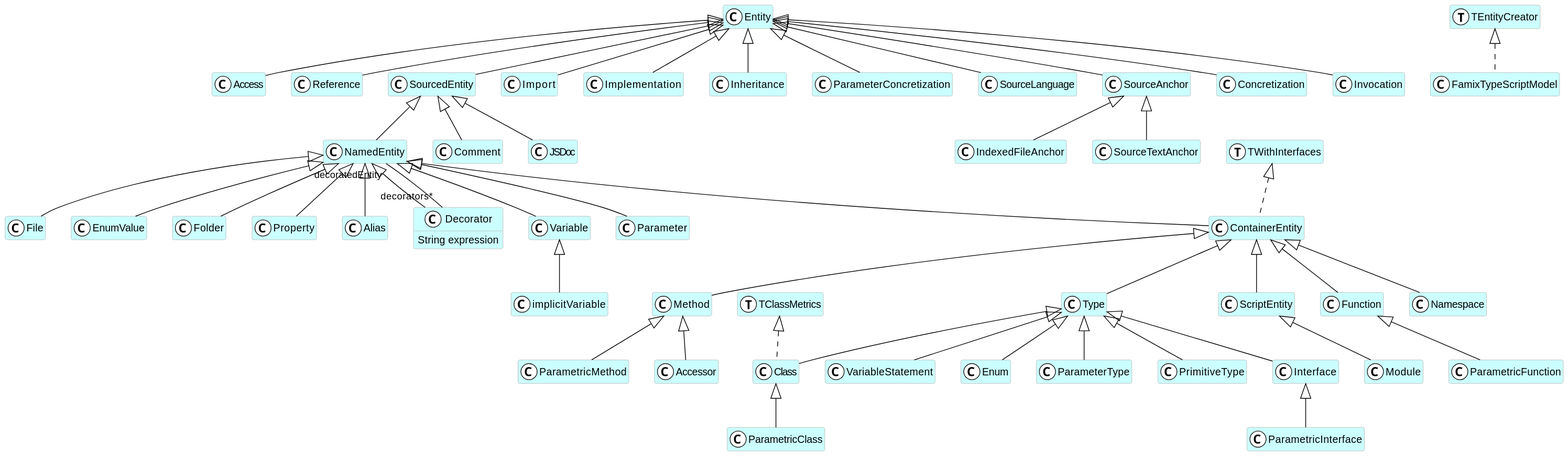
Before: doc-uml/FamixTypeScript.svg, a diagram exported from PlantUML (fuhrmanator/FamixTypeScript).
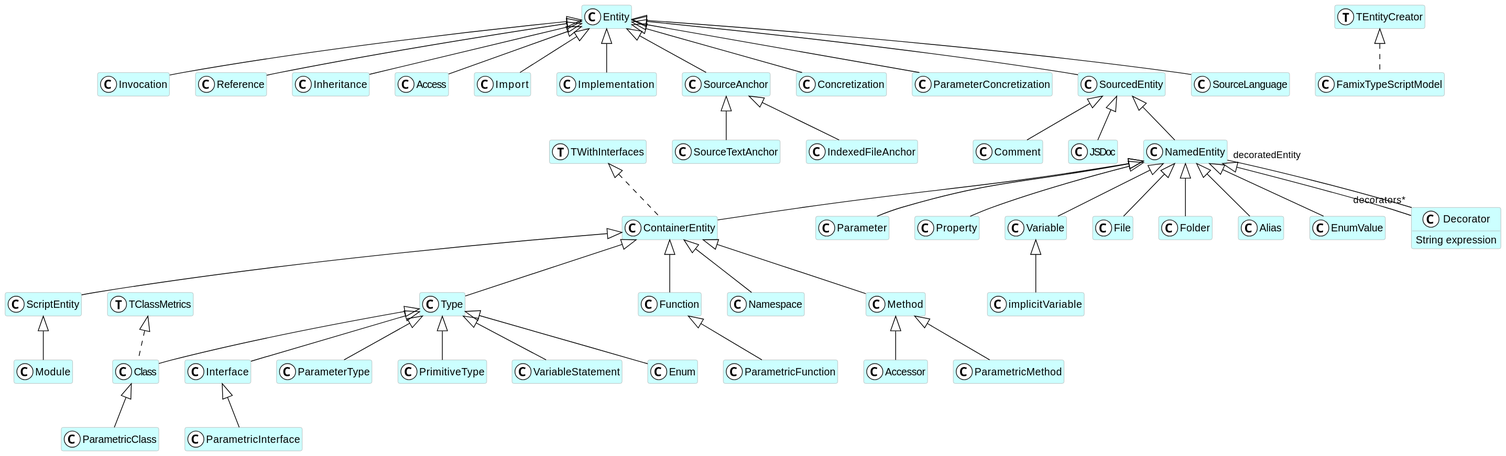
After the change.

Diff of the diagram source:
```diff
@@ -5,148 +5,148 @@
   ArrowColor black
   BorderColor darkGray
 }
-class Function <<(C,white)>> #CCFFFF {
+class implicitVariable <<(C,white)>> #CCFFFF {
+}
+class TWithInterfaces <<(T,white)>> #CCFFFF {
+}
+class Invocation <<(C,white)>> #CCFFFF {
+}
+class Parameter <<(C,white)>> #CCFFFF {
+}
+class Namespace <<(C,white)>> #CCFFFF {
+}
+class FamixTypeScriptModel <<(C,white)>> #CCFFFF {
+}
+class SourceTextAnchor <<(C,white)>> #CCFFFF {
+}
+class Reference <<(C,white)>> #CCFFFF {
+}
+class PrimitiveType <<(C,white)>> #CCFFFF {
+}
+class Comment <<(C,white)>> #CCFFFF {
+}
+class Method <<(C,white)>> #CCFFFF {
+}
+class Decorator <<(C,white)>> #CCFFFF {
+  String expression
+}
+class Module <<(C,white)>> #CCFFFF {
+}
+class Inheritance <<(C,white)>> #CCFFFF {
+}
+class ScriptEntity <<(C,white)>> #CCFFFF {
+}
+class Property <<(C,white)>> #CCFFFF {
+}
+class TClassMetrics <<(T,white)>> #CCFFFF {
+}
+class Access <<(C,white)>> #CCFFFF {
 }
 class TEntityCreator <<(T,white)>> #CCFFFF {
 }
-class File <<(C,white)>> #CCFFFF {
+class VariableStatement <<(C,white)>> #CCFFFF {
+}
+class Accessor <<(C,white)>> #CCFFFF {
+}
+class Variable <<(C,white)>> #CCFFFF {
+}
+class Import <<(C,white)>> #CCFFFF {
 }
 class Enum <<(C,white)>> #CCFFFF {
 }
-class ContainerEntity <<(C,white)>> #CCFFFF {
+class Implementation <<(C,white)>> #CCFFFF {
 }
-class ParametricFunction <<(C,white)>> #CCFFFF {
+class Interface <<(C,white)>> #CCFFFF {
+}
+class File <<(C,white)>> #CCFFFF {
+}
+class JSDoc <<(C,white)>> #CCFFFF {
+}
+class Folder <<(C,white)>> #CCFFFF {
+}
+class SourceAnchor <<(C,white)>> #CCFFFF {
+}
+class NamedEntity <<(C,white)>> #CCFFFF {
 }
 class Class <<(C,white)>> #CCFFFF {
 }
-class Access <<(C,white)>> #CCFFFF {
-}
-class implicitVariable <<(C,white)>> #CCFFFF {
-}
-class FamixTypeScriptModel <<(C,white)>> #CCFFFF {
-}
-class Reference <<(C,white)>> #CCFFFF {
+class IndexedFileAnchor <<(C,white)>> #CCFFFF {
 }
 class Entity <<(C,white)>> #CCFFFF {
 }
 class ParametricInterface <<(C,white)>> #CCFFFF {
 }
-class ParameterType <<(C,white)>> #CCFFFF {
+class ParametricFunction <<(C,white)>> #CCFFFF {
 }
-class IndexedFileAnchor <<(C,white)>> #CCFFFF {
+class ParametricMethod <<(C,white)>> #CCFFFF {
+}
+class Concretization <<(C,white)>> #CCFFFF {
+}
+class Type <<(C,white)>> #CCFFFF {
+}
+class Alias <<(C,white)>> #CCFFFF {
+}
+class EnumValue <<(C,white)>> #CCFFFF {
+}
+class ParameterConcretization <<(C,white)>> #CCFFFF {
 }
 class SourcedEntity <<(C,white)>> #CCFFFF {
 }
-class Import <<(C,white)>> #CCFFFF {
-}
-class Implementation <<(C,white)>> #CCFFFF {
-}
-class EnumValue <<(C,white)>> #CCFFFF {
-}
-class Namespace <<(C,white)>> #CCFFFF {
-}
-class Inheritance <<(C,white)>> #CCFFFF {
-}
-class ParameterConcretization <<(C,white)>> #CCFFFF {
-}
-class Folder <<(C,white)>> #CCFFFF {
-}
-class Decorator <<(C,white)>> #CCFFFF {
-  String expression
-}
-class PrimitiveType <<(C,white)>> #CCFFFF {
-}
-class NamedEntity <<(C,white)>> #CCFFFF {
-}
-class Property <<(C,white)>> #CCFFFF {
-}
 class SourceLanguage <<(C,white)>> #CCFFFF {
 }
-class TClassMetrics <<(T,white)>> #CCFFFF {
+class ParameterType <<(C,white)>> #CCFFFF {
 }
-class Method <<(C,white)>> #CCFFFF {
+class Function <<(C,white)>> #CCFFFF {
 }
 class ParametricClass <<(C,white)>> #CCFFFF {
 }
-class Comment <<(C,white)>> #CCFFFF {
+class ContainerEntity <<(C,white)>> #CCFFFF {
 }
-class Accessor <<(C,white)>> #CCFFFF {
-}
-class Module <<(C,white)>> #CCFFFF {
-}
-class TWithInterfaces <<(T,white)>> #CCFFFF {
-}
-class SourceTextAnchor <<(C,white)>> #CCFFFF {
-}
-class ParametricMethod <<(C,white)>> #CCFFFF {
-}
-class JSDoc <<(C,white)>> #CCFFFF {
-}
-class SourceAnchor <<(C,white)>> #CCFFFF {
-}
-class Alias <<(C,white)>> #CCFFFF {
-}
-class Concretization <<(C,white)>> #CCFFFF {
-}
-class Interface <<(C,white)>> #CCFFFF {
-}
-class Variable <<(C,white)>> #CCFFFF {
-}
-class Type <<(C,white)>> #CCFFFF {
-}
-class ScriptEntity <<(C,white)>> #CCFFFF {
-}
-class VariableStatement <<(C,white)>> #CCFFFF {
-}
-class Parameter <<(C,white)>> #CCFFFF {
-}
-class Invocation <<(C,white)>> #CCFFFF {
-}
+Variable <|-- implicitVariable
+Entity <|-- Invocation
+NamedEntity <|-- Parameter
+ContainerEntity <|-- Namespace
+SourceAnchor <|-- SourceTextAnchor
+Entity <|-- Reference
+SourcedEntity <|-- Comment
+Type <|-- PrimitiveType
+ScriptEntity <|-- Module
+NamedEntity <|-- Decorator
+ContainerEntity <|-- Method
+Entity <|-- Inheritance
+ContainerEntity <|-- ScriptEntity
+NamedEntity <|-- Property
+Entity <|-- Access
+Type <|-- VariableStatement
+Method <|-- Accessor
+NamedEntity <|-- Variable
+Entity <|-- Import
+Type <|-- Enum
+Entity <|-- Implementation
+Type <|-- Interface
+SourcedEntity <|-- JSDoc
+NamedEntity <|-- File
+NamedEntity <|-- Folder
+SourceAnchor <|-- IndexedFileAnchor
+Entity <|-- SourceAnchor
+Function <|-- ParametricFunction
+Method <|-- ParametricMethod
+SourcedEntity <|-- NamedEntity
+Type <|-- Class
+Interface <|-- ParametricInterface
+Entity <|-- Concretization
+ContainerEntity <|-- Type
+NamedEntity <|-- Alias
+NamedEntity <|-- EnumValue
+Entity <|-- ParameterConcretization
+Entity <|-- SourcedEntity
+Entity <|-- SourceLanguage
+Type <|-- ParameterType
 ContainerEntity <|-- Function
-NamedEntity <|-- File
+Class <|-- ParametricClass
 NamedEntity <|-- ContainerEntity
-Type <|-- Enum
-Function <|-- ParametricFunction
-Type <|-- Class
-Entity <|-- Access
-Variable <|-- implicitVariable
-Entity <|-- Reference
-Type <|-- ParameterType
-SourceAnchor <|-- IndexedFileAnchor
-Entity <|-- Import
-Entity <|-- Implementation
-Interface <|-- ParametricInterface
-Entity <|-- SourcedEntity
-NamedEntity <|-- EnumValue
-ContainerEntity <|-- Namespace
-Entity <|-- Inheritance
-Entity <|-- ParameterConcretization
-NamedEntity <|-- Folder
-NamedEntity <|-- Decorator
-SourcedEntity <|-- NamedEntity
-Type <|-- PrimitiveType
-NamedEntity <|-- Property
-Entity <|-- SourceLanguage
-ContainerEntity <|-- Method
-Class <|-- ParametricClass
-SourcedEntity <|-- Comment
-Method <|-- Accessor
-ScriptEntity <|-- Module
-SourceAnchor <|-- SourceTextAnchor
-Method <|-- ParametricMethod
-SourcedEntity <|-- JSDoc
-Entity <|-- Concretization
-NamedEntity <|-- Alias
-Entity <|-- SourceAnchor
-Type <|-- Interface
-NamedEntity <|-- Variable
-ContainerEntity <|-- Type
-Type <|-- VariableStatement
-ContainerEntity <|-- ScriptEntity
-NamedEntity <|-- Parameter
-Entity <|-- Invocation
+TEntityCreator <|.. FamixTypeScriptModel
+TClassMetrics <|.. Class
 TWithInterfaces <|.. ContainerEntity
-TClassMetrics <|.. Class
-TEntityCreator <|.. FamixTypeScriptModel
 Decorator "decorators*" -- "decoratedEntity" NamedEntity
 @enduml
```
